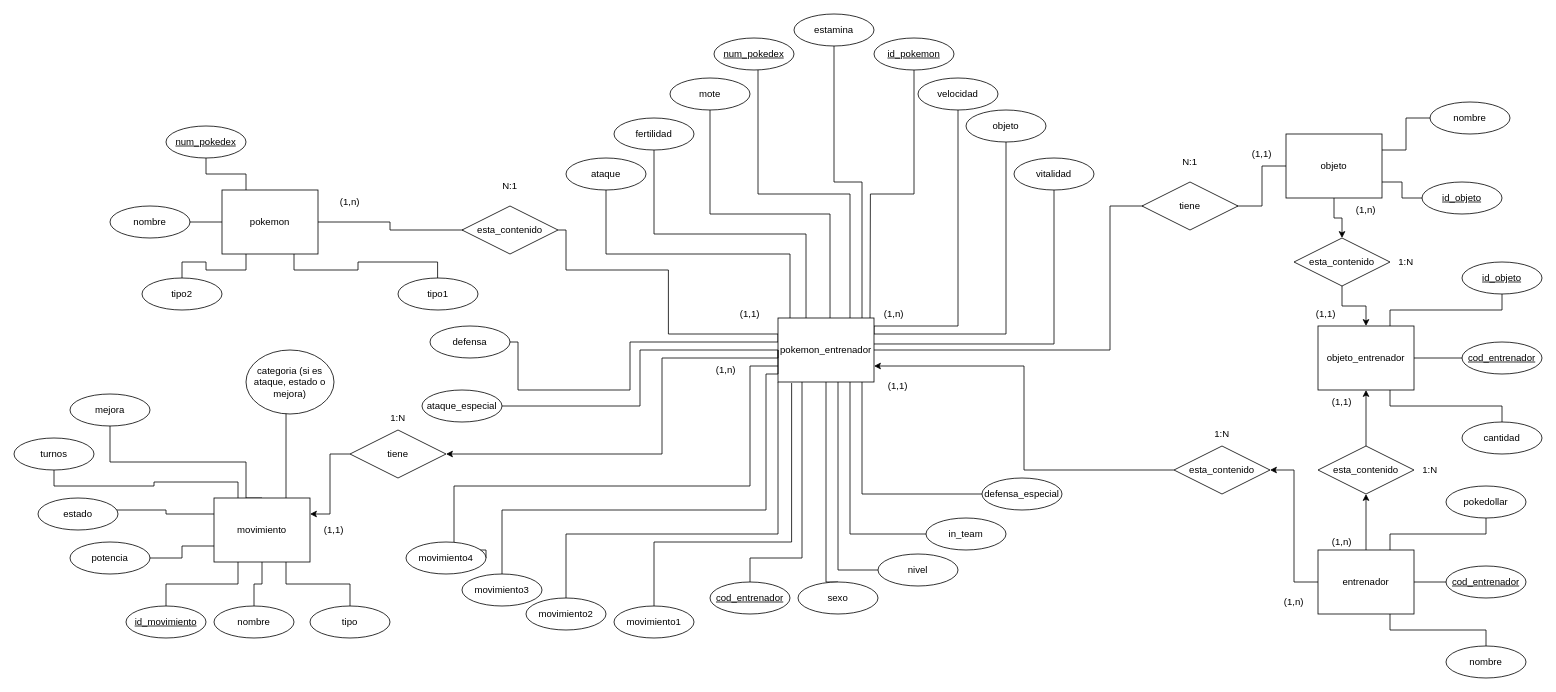
Before: bd/Entidad-Relacion-Pokemon.drawio in GabriLoren/Pokemon, a draw.io diagram. Source tidied: cells renumbered, new cells numbered last; positions are measured from the earlier drawing's top-left corner, leaving out a move shared by most shapes. Both pictures are drawn from the tidied source at 80%, with x=0, y=0 at pixel (14, 14).
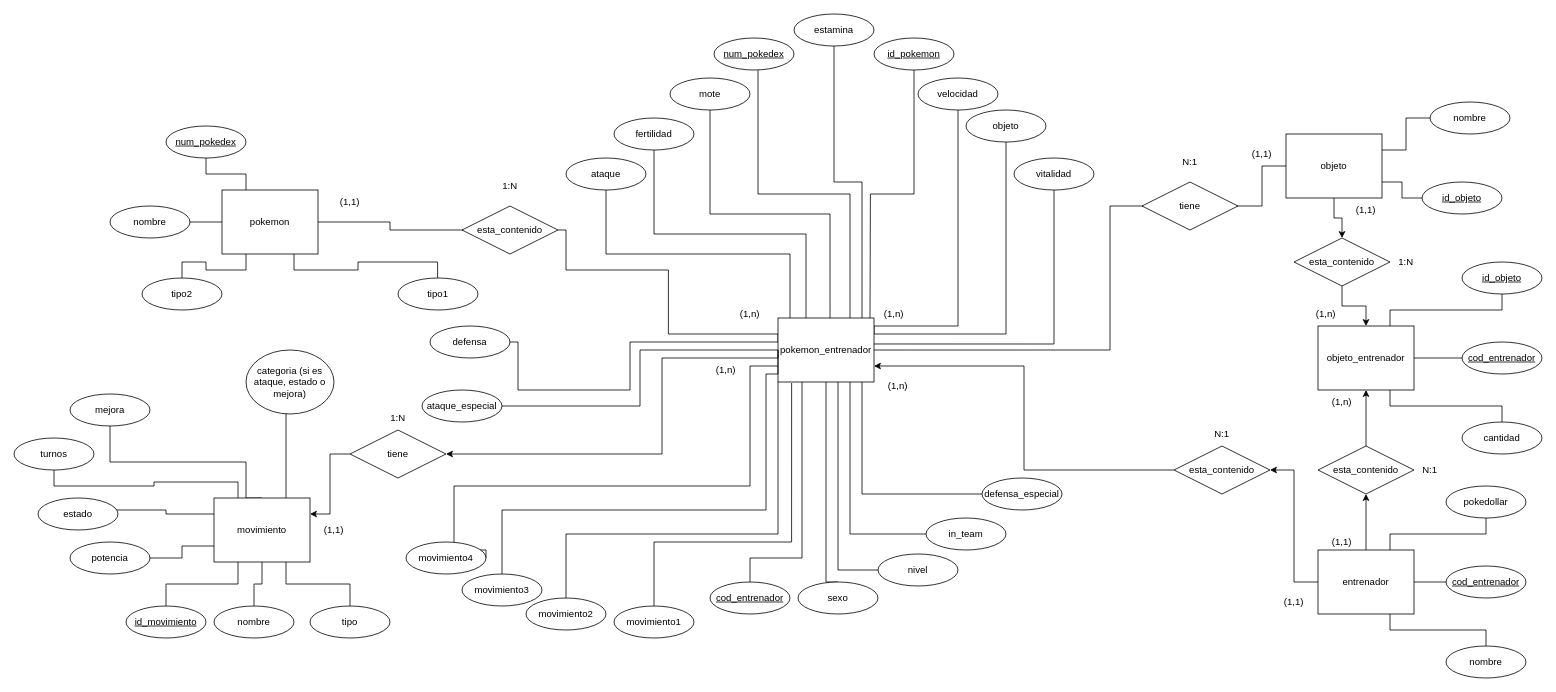
Above is the later version.

Commit message (it also covers changes not shown here):
Captura y diagrama ahora si de si de si

Change to the diagram source:
```diff
@@
-    <mxCell id="106" value="(1,n)" style="text;html=1;strokeColor=none;fillColor=none;align=center;verticalAlign=middle;whiteSpace=wrap;rounded=0;" parent="1" vertex="1">
+    <mxCell id="106" value="(1,1)" style="text;html=1;strokeColor=none;fillColor=none;align=center;verticalAlign=middle;whiteSpace=wrap;rounded=0;" parent="1" vertex="1">
       <mxGeometry x="390" y="220" width="60" height="30" as="geometry" />
     </mxCell>
-    <mxCell id="107" value="(1,1)" style="text;html=1;strokeColor=none;fillColor=none;align=center;verticalAlign=middle;whiteSpace=wrap;rounded=0;" parent="1" vertex="1">
+    <mxCell id="107" value="(1,n)" style="text;html=1;strokeColor=none;fillColor=none;align=center;verticalAlign=middle;whiteSpace=wrap;rounded=0;" parent="1" vertex="1">
       <mxGeometry x="890" y="360" width="60" height="30" as="geometry" />
     </mxCell>
-    <mxCell id="108" value="(1,1)" style="text;html=1;strokeColor=none;fillColor=none;align=center;verticalAlign=middle;whiteSpace=wrap;rounded=0;" parent="1" vertex="1">
+    <mxCell id="108" value="(1,n)" style="text;html=1;strokeColor=none;fillColor=none;align=center;verticalAlign=middle;whiteSpace=wrap;rounded=0;" parent="1" vertex="1">
       <mxGeometry x="1075" y="450" width="60" height="30" as="geometry" />
     </mxCell>
-    <mxCell id="109" value="(1,n)" style="text;html=1;strokeColor=none;fillColor=none;align=center;verticalAlign=middle;whiteSpace=wrap;rounded=0;" parent="1" vertex="1">
+    <mxCell id="109" value="(1,1)" style="text;html=1;strokeColor=none;fillColor=none;align=center;verticalAlign=middle;whiteSpace=wrap;rounded=0;" parent="1" vertex="1">
       <mxGeometry x="1570" y="720" width="60" height="30" as="geometry" />
     </mxCell>
@@
-    <mxCell id="114" value="N:1" style="text;html=1;strokeColor=none;fillColor=none;align=center;verticalAlign=middle;whiteSpace=wrap;rounded=0;" parent="1" vertex="1">
+    <mxCell id="114" value="1:N" style="text;html=1;strokeColor=none;fillColor=none;align=center;verticalAlign=middle;whiteSpace=wrap;rounded=0;" parent="1" vertex="1">
       <mxGeometry x="590" y="200" width="60" height="30" as="geometry" />
     </mxCell>
@@
-    <mxCell id="117" value="1:N" style="text;html=1;strokeColor=none;fillColor=none;align=center;verticalAlign=middle;whiteSpace=wrap;rounded=0;" parent="1" vertex="1">
+    <mxCell id="117" value="N:1" style="text;html=1;strokeColor=none;fillColor=none;align=center;verticalAlign=middle;whiteSpace=wrap;rounded=0;" parent="1" vertex="1">
       <mxGeometry x="1480" y="510" width="60" height="30" as="geometry" />
     </mxCell>
-    <mxCell id="118" value="(1,n)" style="text;html=1;strokeColor=none;fillColor=none;align=center;verticalAlign=middle;whiteSpace=wrap;rounded=0;" parent="1" vertex="1">
+    <mxCell id="118" value="(1,1)" style="text;html=1;strokeColor=none;fillColor=none;align=center;verticalAlign=middle;whiteSpace=wrap;rounded=0;" parent="1" vertex="1">
       <mxGeometry x="1660" y="230" width="60" height="30" as="geometry" />
     </mxCell>
-    <mxCell id="119" value="(1,1)" style="text;html=1;strokeColor=none;fillColor=none;align=center;verticalAlign=middle;whiteSpace=wrap;rounded=0;" parent="1" vertex="1">
+    <mxCell id="119" value="(1,n)" style="text;html=1;strokeColor=none;fillColor=none;align=center;verticalAlign=middle;whiteSpace=wrap;rounded=0;" parent="1" vertex="1">
       <mxGeometry x="1610" y="360" width="60" height="30" as="geometry" />
     </mxCell>
@@
-    <mxCell id="121" value="(1,n)" style="text;html=1;strokeColor=none;fillColor=none;align=center;verticalAlign=middle;whiteSpace=wrap;rounded=0;" parent="1" vertex="1">
+    <mxCell id="121" value="(1,1)" style="text;html=1;strokeColor=none;fillColor=none;align=center;verticalAlign=middle;whiteSpace=wrap;rounded=0;" parent="1" vertex="1">
       <mxGeometry x="1630" y="645" width="60" height="30" as="geometry" />
     </mxCell>
-    <mxCell id="122" value="(1,1)" style="text;html=1;strokeColor=none;fillColor=none;align=center;verticalAlign=middle;whiteSpace=wrap;rounded=0;" parent="1" vertex="1">
+    <mxCell id="122" value="(1,n)" style="text;html=1;strokeColor=none;fillColor=none;align=center;verticalAlign=middle;whiteSpace=wrap;rounded=0;" parent="1" vertex="1">
       <mxGeometry x="1630" y="470" width="60" height="30" as="geometry" />
     </mxCell>
-    <mxCell id="123" value="1:N" style="text;html=1;strokeColor=none;fillColor=none;align=center;verticalAlign=middle;whiteSpace=wrap;rounded=0;" parent="1" vertex="1">
+    <mxCell id="123" value="N:1" style="text;html=1;strokeColor=none;fillColor=none;align=center;verticalAlign=middle;whiteSpace=wrap;rounded=0;" parent="1" vertex="1">
       <mxGeometry x="1740" y="555" width="60" height="30" as="geometry" />
     </mxCell>
```
